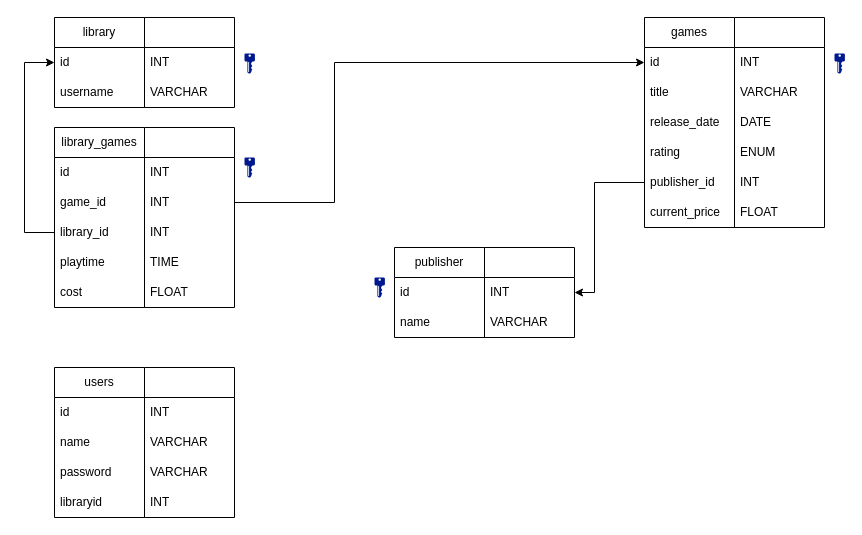
Above: design/db_schema.drawio in smashblu/steam-games (draw.io), before the change. Source tidied: cells renumbered, new cells numbered last; positions are measured from the earlier drawing's top-left corner, leaving out a move shared by most shapes. Both pictures are drawn from the tidied source at 100%, with x=0, y=0 at pixel (24, 17).
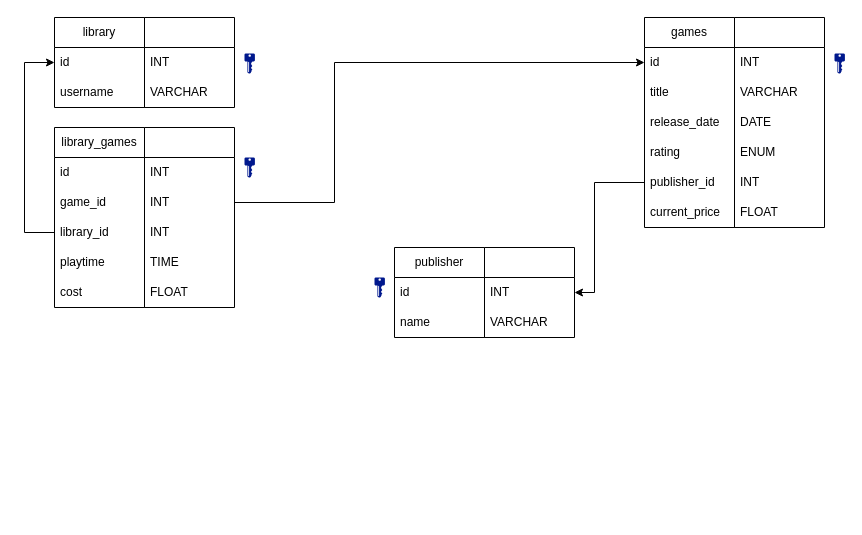
Above is the later version.

Commit message (it also covers changes not shown here):
Remove user section from db schema

What changed in the source:
```diff
@@
-    <mxCell id="47" value="users" style="swimlane;fontStyle=0;horizontal=1;startSize=30;whiteSpace=wrap;html=1;" parent="1" vertex="1">
-      <mxGeometry x="30" y="350" width="90" height="150" as="geometry" />
-    </mxCell>
-    <mxCell id="48" value="id" style="text;strokeColor=none;fillColor=none;align=left;verticalAlign=middle;spacingLeft=4;spacingRight=4;overflow=hidden;whiteSpace=wrap;html=1;" parent="47" vertex="1">
-      <mxGeometry y="30" width="90" height="30" as="geometry" />
-    </mxCell>
-    <mxCell id="49" value="name" style="text;strokeColor=none;fillColor=none;align=left;verticalAlign=middle;spacingLeft=4;spacingRight=4;overflow=hidden;whiteSpace=wrap;html=1;" parent="47" vertex="1">
-      <mxGeometry y="60" width="90" height="30" as="geometry" />
-    </mxCell>
-    <mxCell id="50" value="password&lt;span style=&quot;white-space: pre;&quot;&gt;&#9;&lt;/span&gt;" style="text;strokeColor=none;fillColor=none;align=left;verticalAlign=middle;spacingLeft=4;spacingRight=4;overflow=hidden;whiteSpace=wrap;html=1;" parent="47" vertex="1">
-      <mxGeometry y="90" width="90" height="30" as="geometry" />
-    </mxCell>
-    <mxCell id="51" value="libraryid" style="text;strokeColor=none;fillColor=none;align=left;verticalAlign=middle;spacingLeft=4;spacingRight=4;overflow=hidden;whiteSpace=wrap;html=1;" parent="47" vertex="1">
-      <mxGeometry y="120" width="90" height="30" as="geometry" />
-    </mxCell>
-    <mxCell id="52" style="swimlane;fontStyle=0;horizontal=1;startSize=30;whiteSpace=wrap;html=1;" parent="1" vertex="1">
-      <mxGeometry x="120" y="350" width="90" height="150" as="geometry" />
-    </mxCell>
-    <mxCell id="53" value="INT" style="text;strokeColor=none;fillColor=none;align=left;verticalAlign=middle;spacingLeft=4;spacingRight=4;overflow=hidden;whiteSpace=wrap;html=1;" parent="52" vertex="1">
-      <mxGeometry y="30" width="90" height="30" as="geometry" />
-    </mxCell>
-    <mxCell id="54" value="VARCHAR" style="text;strokeColor=none;fillColor=none;align=left;verticalAlign=middle;spacingLeft=4;spacingRight=4;overflow=hidden;whiteSpace=wrap;html=1;" parent="52" vertex="1">
-      <mxGeometry y="60" width="90" height="30" as="geometry" />
-    </mxCell>
-    <mxCell id="55" value="VARCHAR" style="text;strokeColor=none;fillColor=none;align=left;verticalAlign=middle;spacingLeft=4;spacingRight=4;overflow=hidden;whiteSpace=wrap;html=1;" parent="52" vertex="1">
-      <mxGeometry y="90" width="90" height="30" as="geometry" />
-    </mxCell>
-    <mxCell id="56" value="INT" style="text;strokeColor=none;fillColor=none;align=left;verticalAlign=middle;spacingLeft=4;spacingRight=4;overflow=hidden;whiteSpace=wrap;html=1;" parent="52" vertex="1">
-      <mxGeometry y="120" width="90" height="30" as="geometry" />
-    </mxCell>
```
